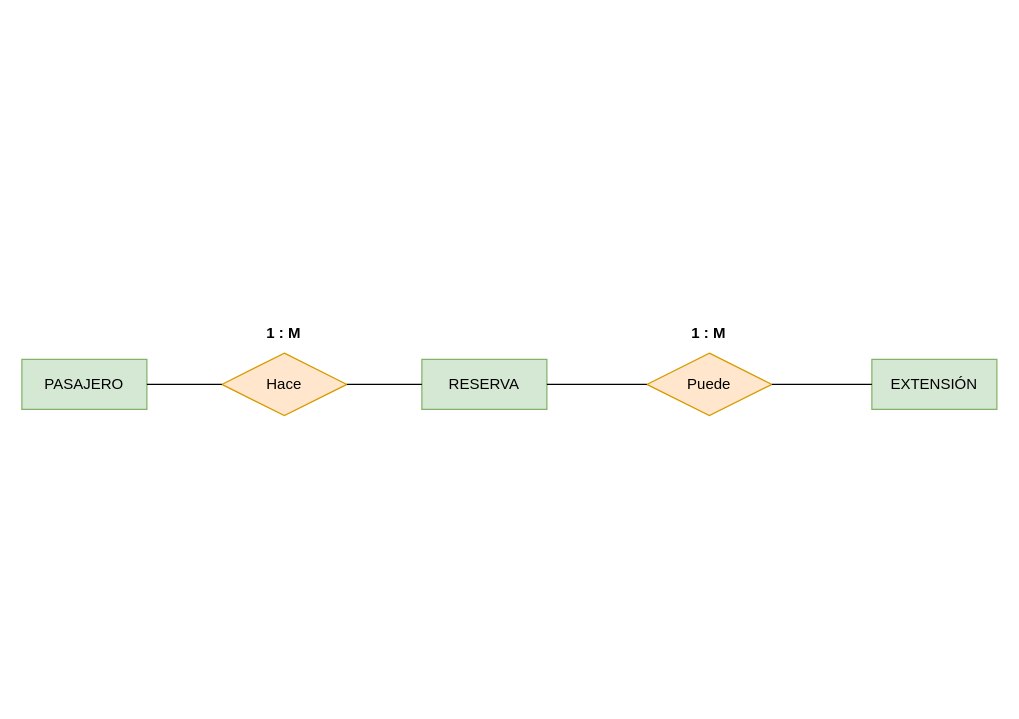
This is Progreso_1/Consigna_P1_Correcion_V2.drawio from AngelDavidStudios/Diagramas_BdD_1, a draw.io file, before an edit. Source tidied: cells renumbered, new cells numbered last; positions are measured from the earlier drawing's top-left corner, leaving out a move shared by most shapes. Both pictures are drawn from the tidied source at 125%, with x=0, y=0 at pixel (21, 315).
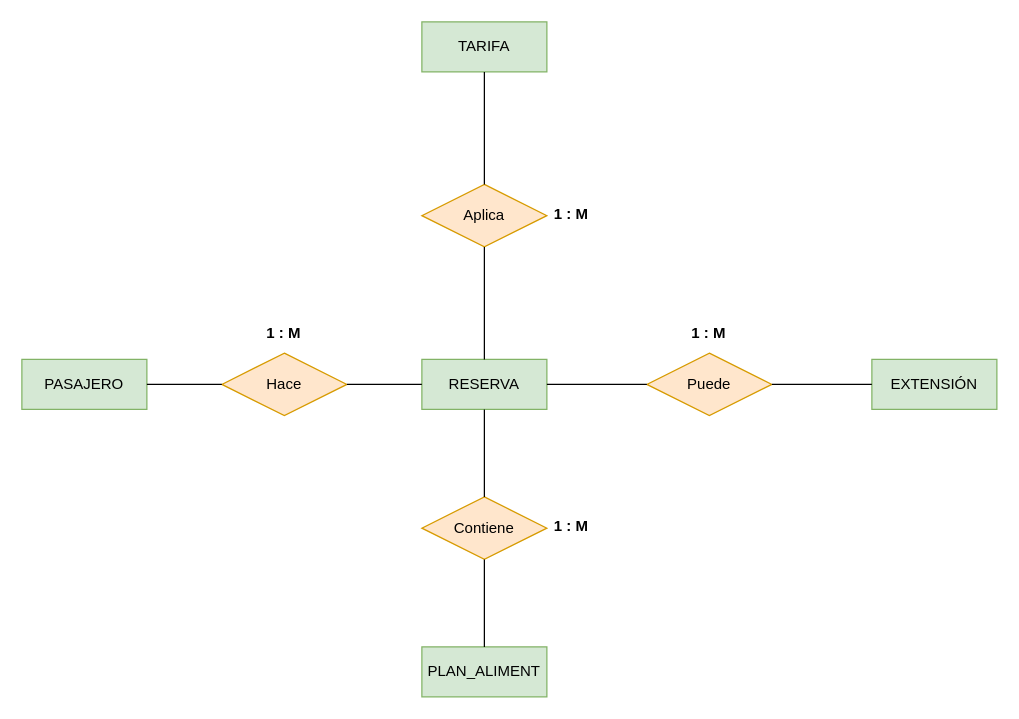
After the change.

Unchanged cells that the change refers to:
```xml
<mxCell id="2" value="RESERVA" style="whiteSpace=wrap;html=1;align=center;fillColor=#d5e8d4;strokeColor=#82b366;" parent="1" vertex="1">
  <mxGeometry x="320" y="35" width="100" height="40" as="geometry" />
</mxCell>
```

Diff of the diagram source:
```diff
@@
+    <mxCell id="13" value="Aplica" style="shape=rhombus;perimeter=rhombusPerimeter;whiteSpace=wrap;html=1;align=center;fillColor=#ffe6cc;strokeColor=#d79b00;" parent="1" vertex="1">
+      <mxGeometry x="320" y="-105" width="100" height="50" as="geometry" />
+    </mxCell>
+    <mxCell id="14" value="TARIFA" style="whiteSpace=wrap;html=1;align=center;fillColor=#d5e8d4;strokeColor=#82b366;" parent="1" vertex="1">
+      <mxGeometry x="320" y="-235" width="100" height="40" as="geometry" />
+    </mxCell>
+    <mxCell id="15" style="endArrow=none;html=1;rounded=0;" parent="1" edge="1" source="14" target="13">
+      <mxGeometry relative="1" as="geometry" />
+    </mxCell>
+    <mxCell id="16" style="endArrow=none;html=1;rounded=0;" parent="1" edge="1" source="13" target="2">
+      <mxGeometry relative="1" as="geometry" />
+    </mxCell>
+    <mxCell id="17" value="1 : M" style="text;strokeColor=none;fillColor=none;spacingLeft=4;spacingRight=4;overflow=hidden;fontSize=12;whiteSpace=wrap;html=1;fontStyle=1;" parent="1" vertex="1">
+      <mxGeometry x="420" y="-95" width="40" height="30" as="geometry" />
+    </mxCell>
+    <mxCell id="18" value="Contiene" style="shape=rhombus;perimeter=rhombusPerimeter;whiteSpace=wrap;html=1;align=center;fillColor=#ffe6cc;strokeColor=#d79b00;" parent="1" vertex="1">
+      <mxGeometry x="320" y="145" width="100" height="50" as="geometry" />
+    </mxCell>
+    <mxCell id="19" style="endArrow=none;html=1;rounded=0;" parent="1" edge="1" source="2" target="18">
+      <mxGeometry relative="1" as="geometry" />
+    </mxCell>
+    <mxCell id="20" value="PLAN_ALIMENT" style="whiteSpace=wrap;html=1;align=center;fillColor=#d5e8d4;strokeColor=#82b366;" parent="1" vertex="1">
+      <mxGeometry x="320" y="265" width="100" height="40" as="geometry" />
+    </mxCell>
+    <mxCell id="21" style="endArrow=none;html=1;rounded=0;" parent="1" edge="1" source="18" target="20">
+      <mxGeometry relative="1" as="geometry" />
+    </mxCell>
+    <mxCell id="22" value="1 : M" style="text;strokeColor=none;fillColor=none;spacingLeft=4;spacingRight=4;overflow=hidden;fontSize=12;whiteSpace=wrap;html=1;fontStyle=1;" parent="1" vertex="1">
+      <mxGeometry x="420" y="155" width="40" height="30" as="geometry" />
+    </mxCell>
```
